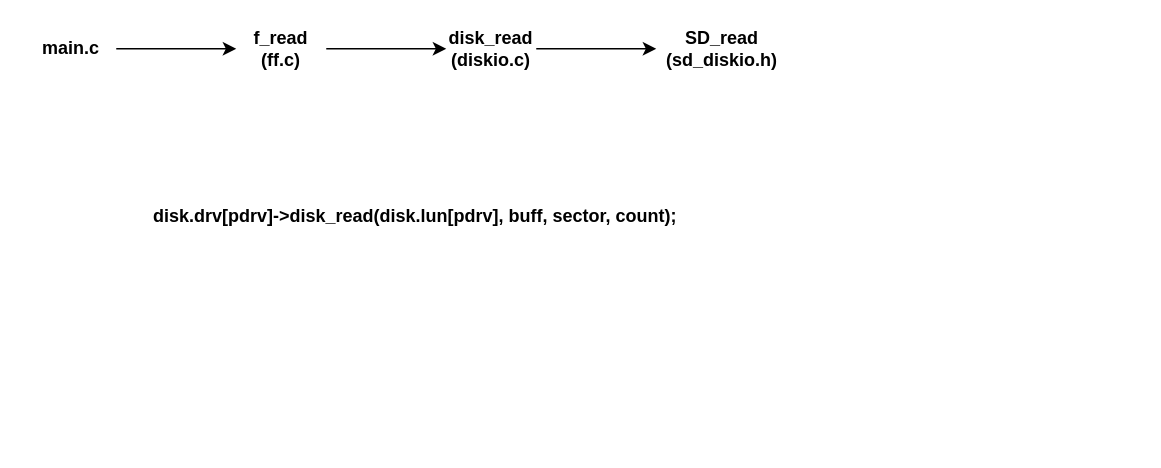
This is FatFS_STM32.drawio from NgocEMB/FatFS_STM32, a draw.io file, before an edit. Source tidied: cells renumbered, new cells numbered last; positions are measured from the earlier drawing's top-left corner, leaving out a move shared by most shapes. Both pictures are drawn from the tidied source at 150%, with x=0, y=0 at pixel (26, 26).
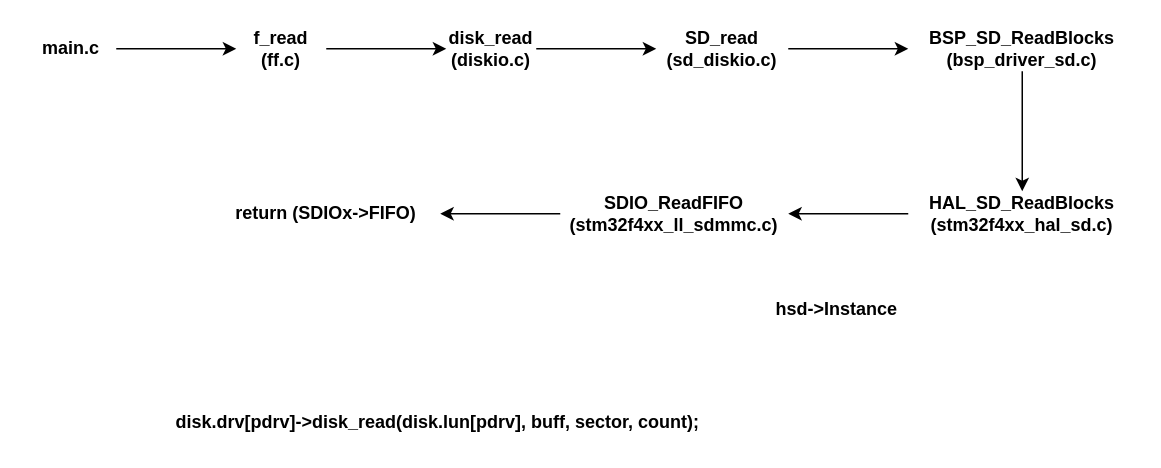
The same diagram, later.

What changed in the source:
```diff
@@
 <mxGraphModel>
   <root>
     <mxCell id="0" />
     <mxCell id="1" parent="0" />
     <mxCell id="2" style="edgeStyle=orthogonalEdgeStyle;rounded=0;jettySize=auto;html=1;" parent="1" edge="1" source="3" target="5">
       <mxGeometry relative="1" as="geometry" />
     </mxCell>
     <mxCell id="3" value="&lt;b&gt;main.c&lt;/b&gt;" style="text;html=1;strokeColor=none;fillColor=none;align=center;verticalAlign=middle;whiteSpace=wrap;rounded=0;" parent="1" vertex="1">
       <mxGeometry width="60" height="30" as="geometry" />
     </mxCell>
     <mxCell id="4" style="edgeStyle=orthogonalEdgeStyle;rounded=0;jettySize=auto;html=1;" parent="1" edge="1" source="5" target="7">
       <mxGeometry relative="1" as="geometry" />
     </mxCell>
     <mxCell id="5" value="&lt;b&gt;f_read&lt;br&gt;(ff.c)&lt;br&gt;&lt;/b&gt;" style="text;html=1;strokeColor=none;fillColor=none;align=center;verticalAlign=middle;whiteSpace=wrap;rounded=0;" parent="1" vertex="1">
       <mxGeometry x="140" width="60" height="30" as="geometry" />
     </mxCell>
     <mxCell id="6" style="edgeStyle=orthogonalEdgeStyle;rounded=0;jettySize=auto;html=1;" parent="1" edge="1" source="7" target="9">
       <mxGeometry relative="1" as="geometry" />
     </mxCell>
     <mxCell id="7" value="&lt;b&gt;disk_read&lt;br&gt;(diskio.c)&lt;br&gt;&lt;/b&gt;" style="text;html=1;strokeColor=none;fillColor=none;align=center;verticalAlign=middle;whiteSpace=wrap;rounded=0;" parent="1" vertex="1">
       <mxGeometry x="280" width="60" height="30" as="geometry" />
     </mxCell>
     <mxCell id="8" value="disk.drv[pdrv]-&gt;disk_read(disk.lun[pdrv], buff, sector, count);" style="text;whiteSpace=wrap;fontStyle=1;" parent="1" vertex="1">
-      <mxGeometry x="83" y="113" width="360" height="28" as="geometry" />
+      <mxGeometry x="98" y="250" width="360" height="28" as="geometry" />
     </mxCell>
+    <mxCell id="10" style="edgeStyle=orthogonalEdgeStyle;rounded=0;jettySize=auto;html=1;" parent="1" edge="1" source="9" target="12">
+      <mxGeometry relative="1" as="geometry" />
+    </mxCell>
-    <mxCell id="9" value="&lt;b&gt;SD_read&lt;br&gt;(sd_diskio.h)&lt;br&gt;&lt;/b&gt;" style="text;html=1;strokeColor=none;fillColor=none;align=center;verticalAlign=middle;whiteSpace=wrap;rounded=0;" parent="1" vertex="1">
+    <mxCell id="9" value="&lt;b&gt;SD_read&lt;br&gt;(sd_diskio.c)&lt;br&gt;&lt;/b&gt;" style="text;html=1;strokeColor=none;fillColor=none;align=center;verticalAlign=middle;whiteSpace=wrap;rounded=0;" parent="1" vertex="1">
       <mxGeometry x="420" width="88" height="30" as="geometry" />
     </mxCell>
+    <mxCell id="11" style="edgeStyle=orthogonalEdgeStyle;rounded=0;jettySize=auto;html=1;" parent="1" edge="1" source="12" target="14">
+      <mxGeometry relative="1" as="geometry" />
+    </mxCell>
+    <mxCell id="12" value="&lt;b&gt;BSP_SD_ReadBlocks&lt;/b&gt;&lt;br&gt;&lt;b&gt;(bsp_driver_sd.c)&lt;/b&gt;" style="text;html=1;strokeColor=none;fillColor=none;align=center;verticalAlign=middle;whiteSpace=wrap;rounded=0;" parent="1" vertex="1">
+      <mxGeometry x="588" width="152" height="30" as="geometry" />
+    </mxCell>
+    <mxCell id="13" style="edgeStyle=orthogonalEdgeStyle;rounded=0;jettySize=auto;html=1;" parent="1" edge="1" source="14" target="16">
+      <mxGeometry relative="1" as="geometry" />
+    </mxCell>
+    <mxCell id="14" value="&lt;b&gt;HAL_SD_ReadBlocks&lt;br&gt;(stm32f4xx_hal_sd.c)&lt;/b&gt;" style="text;html=1;strokeColor=none;fillColor=none;align=center;verticalAlign=middle;whiteSpace=wrap;rounded=0;" parent="1" vertex="1">
+      <mxGeometry x="588" y="110" width="152" height="30" as="geometry" />
+    </mxCell>
+    <mxCell id="15" style="edgeStyle=orthogonalEdgeStyle;rounded=0;jettySize=auto;html=1;" parent="1" edge="1" source="16" target="18">
+      <mxGeometry relative="1" as="geometry" />
+    </mxCell>
+    <mxCell id="16" value="&lt;b&gt;SDIO_ReadFIFO&lt;br&gt;(stm32f4xx_ll_sdmmc.c)&lt;/b&gt;" style="text;html=1;strokeColor=none;fillColor=none;align=center;verticalAlign=middle;whiteSpace=wrap;rounded=0;" parent="1" vertex="1">
+      <mxGeometry x="356" y="110" width="152" height="30" as="geometry" />
+    </mxCell>
+    <mxCell id="17" value="hsd-&gt;Instance" style="text;whiteSpace=wrap;fontStyle=1;" parent="1" vertex="1">
+      <mxGeometry x="498" y="175" width="99" height="28" as="geometry" />
+    </mxCell>
+    <mxCell id="18" value="&lt;b&gt;return (SDIOx-&amp;gt;FIFO)&lt;/b&gt;" style="text;html=1;strokeColor=none;fillColor=none;align=center;verticalAlign=middle;whiteSpace=wrap;rounded=0;" parent="1" vertex="1">
+      <mxGeometry x="124" y="110" width="152" height="30" as="geometry" />
+    </mxCell>
   </root>
 </mxGraphModel>
```
